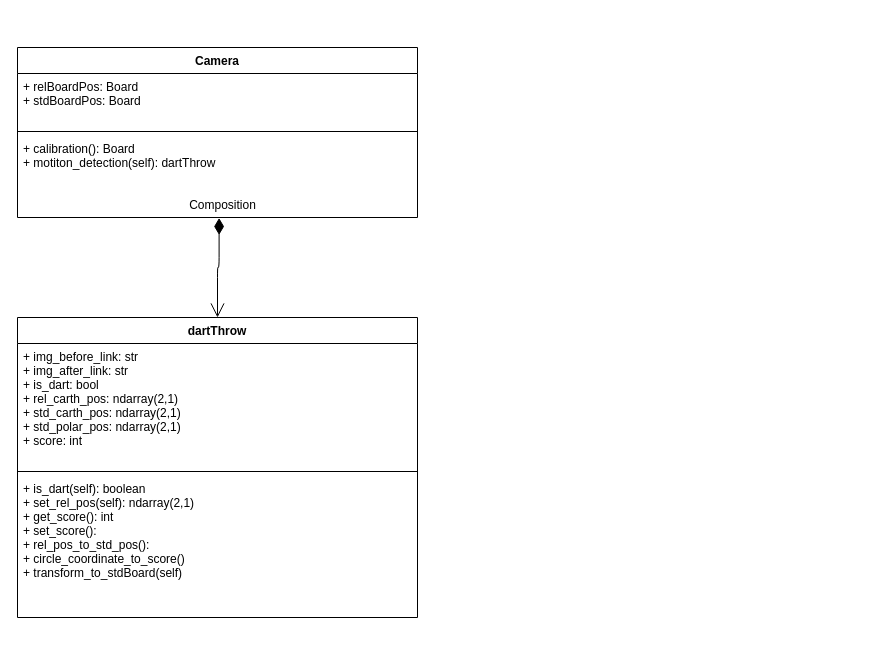
The draw.io diagram page "Class diagram UML" (2 of 2) of dart_project.drawio in j0j0i996/dart-vader-detection, before the edit. Source tidied: cells renumbered, new cells numbered last; positions are measured from the earlier drawing's top-left corner, leaving out a move shared by most shapes. Both pictures are drawn from the tidied source at 100%, with x=0, y=0 at pixel (17, 47).
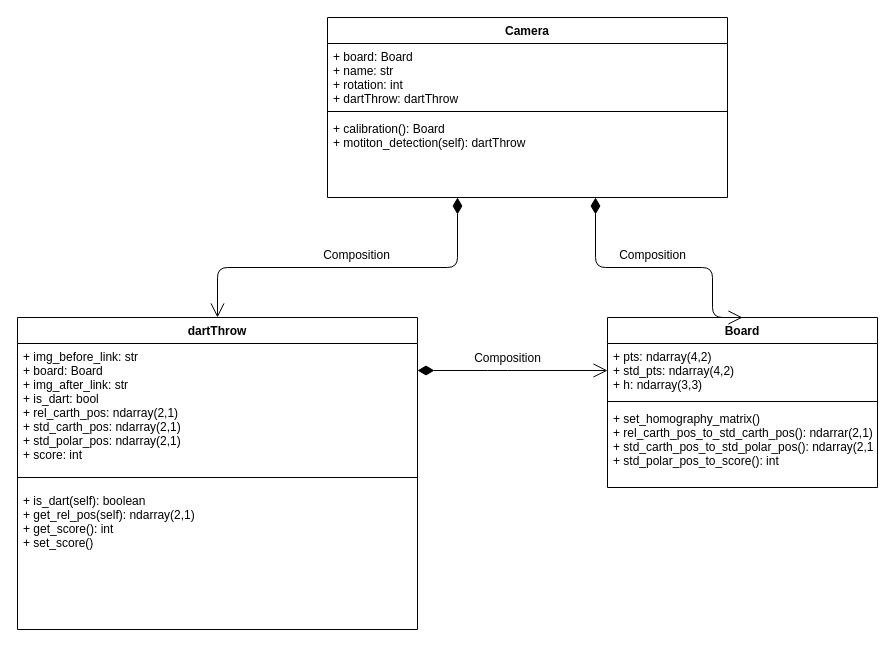
Above is the later version.

Change to the diagram source:
```diff
@@
+    <mxCell id="6" value="dartThrow" style="swimlane;fontStyle=1;align=center;verticalAlign=top;horizontal=1;startSize=26;" parent="1" vertex="1">
+      <mxGeometry y="270" width="400" height="312" as="geometry" />
+    </mxCell>
+    <mxCell id="7" value="+ img_before_link: str&#10;+ board: Board&#10;+ img_after_link: str&#10;+ is_dart: bool&#10;+ rel_carth_pos: ndarray(2,1)&#10;+ std_carth_pos: ndarray(2,1)&#10;+ std_polar_pos: ndarray(2,1)&#10;+ score: int" style="text;strokeColor=none;fillColor=none;align=left;verticalAlign=top;spacingLeft=4;spacingRight=4;overflow=hidden;" parent="6" vertex="1">
+      <mxGeometry y="26" width="400" height="124" as="geometry" />
+    </mxCell>
+    <mxCell id="8" style="line;strokeWidth=1;fillColor=none;align=left;verticalAlign=middle;spacingTop=-1;spacingLeft=3;spacingRight=3;labelPosition=right;" parent="6" vertex="1">
+      <mxGeometry y="150" width="400" height="20" as="geometry" />
+    </mxCell>
+    <mxCell id="9" value="+ is_dart(self): boolean&#10;+ get_rel_pos(self): ndarray(2,1)&#10;+ get_score(): int&#10;+ set_score()" style="text;strokeColor=none;fillColor=none;align=left;verticalAlign=top;spacingLeft=4;spacingRight=4;overflow=hidden;" parent="6" vertex="1">
+      <mxGeometry y="170" width="400" height="142" as="geometry" />
+    </mxCell>
     <mxCell id="2" value="Camera" style="swimlane;fontStyle=1;align=center;verticalAlign=top;horizontal=1;startSize=26;" parent="1" vertex="1">
-      <mxGeometry width="400" height="170" as="geometry" />
+      <mxGeometry x="310" y="-30" width="400" height="180" as="geometry" />
     </mxCell>
-    <mxCell id="3" value="+ relBoardPos: Board&#10;+ stdBoardPos: Board" style="text;strokeColor=none;fillColor=none;align=left;verticalAlign=top;spacingLeft=4;spacingRight=4;overflow=hidden;" parent="2" vertex="1">
-      <mxGeometry y="26" width="400" height="54" as="geometry" />
+    <mxCell id="3" value="+ board: Board&#10;+ name: str&#10;+ rotation: int&#10;+ dartThrow: dartThrow" style="text;strokeColor=none;fillColor=none;align=left;verticalAlign=top;spacingLeft=4;spacingRight=4;overflow=hidden;" parent="2" vertex="1">
+      <mxGeometry y="26" width="400" height="64" as="geometry" />
     </mxCell>
     <mxCell id="4" style="line;strokeWidth=1;fillColor=none;align=left;verticalAlign=middle;spacingTop=-1;spacingLeft=3;spacingRight=3;labelPosition=right;" parent="2" vertex="1">
-      <mxGeometry y="80" width="400" height="8" as="geometry" />
+      <mxGeometry y="90" width="400" height="8" as="geometry" />
     </mxCell>
     <mxCell id="5" value="+ calibration(): Board&#10;+ motiton_detection(self): dartThrow" style="text;strokeColor=none;fillColor=none;align=left;verticalAlign=top;spacingLeft=4;spacingRight=4;overflow=hidden;points=[[0,0.5],[1,0.5]];portConstraint=eastwest;" parent="2" vertex="1">
-      <mxGeometry y="88" width="400" height="82" as="geometry" />
+      <mxGeometry y="98" width="400" height="82" as="geometry" />
     </mxCell>
-    <mxCell id="6" value="dartThrow" style="swimlane;fontStyle=1;align=center;verticalAlign=top;horizontal=1;startSize=26;" parent="1" vertex="1">
-      <mxGeometry y="270" width="400" height="300" as="geometry" />
-    </mxCell>
-    <mxCell id="7" value="+ img_before_link: str&#10;+ img_after_link: str&#10;+ is_dart: bool&#10;+ rel_carth_pos: ndarray(2,1)&#10;+ std_carth_pos: ndarray(2,1)&#10;+ std_polar_pos: ndarray(2,1)&#10;+ score: int" style="text;strokeColor=none;fillColor=none;align=left;verticalAlign=top;spacingLeft=4;spacingRight=4;overflow=hidden;" parent="6" vertex="1">
-      <mxGeometry y="26" width="400" height="124" as="geometry" />
-    </mxCell>
-    <mxCell id="8" style="line;strokeWidth=1;fillColor=none;align=left;verticalAlign=middle;spacingTop=-1;spacingLeft=3;spacingRight=3;labelPosition=right;" parent="6" vertex="1">
-      <mxGeometry y="150" width="400" height="8" as="geometry" />
-    </mxCell>
-    <mxCell id="9" value="+ is_dart(self): boolean&#10;+ set_rel_pos(self): ndarray(2,1)&#10;+ get_score(): int&#10;+ set_score():&#10;+ rel_pos_to_std_pos(): &#10;+ circle_coordinate_to_score()&#10;+ transform_to_stdBoard(self)" style="text;strokeColor=none;fillColor=none;align=left;verticalAlign=top;spacingLeft=4;spacingRight=4;overflow=hidden;" parent="6" vertex="1">
-      <mxGeometry y="158" width="400" height="142" as="geometry" />
-    </mxCell>
-    <mxCell id="10" value="&lt;font style=&quot;font-size: 12px ; line-height: 100%&quot;&gt;Composition&lt;/font&gt;" style="endArrow=open;html=1;endSize=12;startArrow=diamondThin;startSize=14;startFill=1;edgeStyle=orthogonalEdgeStyle;align=center;verticalAlign=bottom;fontSize=25;exitX=0.504;exitY=1.006;exitDx=0;exitDy=0;exitPerimeter=0;entryX=0.5;entryY=0;entryDx=0;entryDy=0;" parent="1" edge="1" source="5" target="6">
-      <mxGeometry x="-1" y="3" relative="1" as="geometry" />
-    </mxCell>
+    <mxCell id="11" value="Board" style="swimlane;fontStyle=1;align=center;verticalAlign=top;horizontal=1;startSize=26;" parent="1" vertex="1">
+      <mxGeometry x="590" y="270" width="270" height="170" as="geometry" />
+    </mxCell>
+    <mxCell id="12" value="+ pts: ndarray(4,2)&#10;+ std_pts: ndarray(4,2)&#10;+ h: ndarray(3,3)" style="text;strokeColor=none;fillColor=none;align=left;verticalAlign=top;spacingLeft=4;spacingRight=4;overflow=hidden;points=[[0,0.5],[1,0.5]];portConstraint=eastwest;" parent="11" vertex="1">
+      <mxGeometry y="26" width="270" height="54" as="geometry" />
+    </mxCell>
+    <mxCell id="13" style="line;strokeWidth=1;fillColor=none;align=left;verticalAlign=middle;spacingTop=-1;spacingLeft=3;spacingRight=3;labelPosition=right;" parent="11" vertex="1">
+      <mxGeometry y="80" width="270" height="8" as="geometry" />
+    </mxCell>
+    <mxCell id="14" value="+ set_homography_matrix()&#10;+ rel_carth_pos_to_std_carth_pos(): ndarrar(2,1)&#10;+ std_carth_pos_to_std_polar_pos(): ndarray(2,1)&#10;+ std_polar_pos_to_score(): int" style="text;strokeColor=none;fillColor=none;align=left;verticalAlign=top;spacingLeft=4;spacingRight=4;overflow=hidden;" parent="11" vertex="1">
+      <mxGeometry y="88" width="270" height="82" as="geometry" />
+    </mxCell>
+    <mxCell id="15" value="&lt;font style=&quot;font-size: 12px ; line-height: 100%&quot;&gt;Composition&lt;/font&gt;" style="endArrow=open;html=1;endSize=12;startArrow=diamondThin;startSize=14;startFill=1;edgeStyle=orthogonalEdgeStyle;align=center;verticalAlign=bottom;fontSize=25;entryX=0.5;entryY=0;entryDx=0;entryDy=0;" parent="1" edge="1" target="11">
+      <mxGeometry x="-0.05" relative="1" as="geometry">
+        <mxPoint x="578" y="150" as="sourcePoint" />
+        <Array as="points">
+          <mxPoint x="578" y="220" />
+          <mxPoint x="695" y="220" />
+        </Array>
+      </mxGeometry>
+    </mxCell>
+    <mxCell id="16" value="&lt;font style=&quot;font-size: 12px ; line-height: 100%&quot;&gt;Composition&lt;/font&gt;" style="endArrow=open;html=1;endSize=12;startArrow=diamondThin;startSize=14;startFill=1;edgeStyle=orthogonalEdgeStyle;align=center;verticalAlign=bottom;fontSize=25;entryX=0.5;entryY=0;entryDx=0;entryDy=0;" parent="1" edge="1" target="6">
+      <mxGeometry x="-0.05" relative="1" as="geometry">
+        <mxPoint x="440" y="150" as="sourcePoint" />
+        <Array as="points">
+          <mxPoint x="440" y="220" />
+          <mxPoint x="200" y="220" />
+        </Array>
+      </mxGeometry>
+    </mxCell>
+    <mxCell id="17" value="&lt;font style=&quot;font-size: 12px ; line-height: 100%&quot;&gt;Composition&lt;/font&gt;" style="endArrow=open;html=1;endSize=12;startArrow=diamondThin;startSize=14;startFill=1;edgeStyle=orthogonalEdgeStyle;align=center;verticalAlign=bottom;fontSize=25;" parent="1" edge="1" target="12">
+      <mxGeometry x="-0.05" relative="1" as="geometry">
+        <mxPoint x="400" y="323" as="sourcePoint" />
+        <Array as="points">
+          <mxPoint x="480" y="323" />
+          <mxPoint x="480" y="323" />
+        </Array>
+      </mxGeometry>
+    </mxCell>
```
